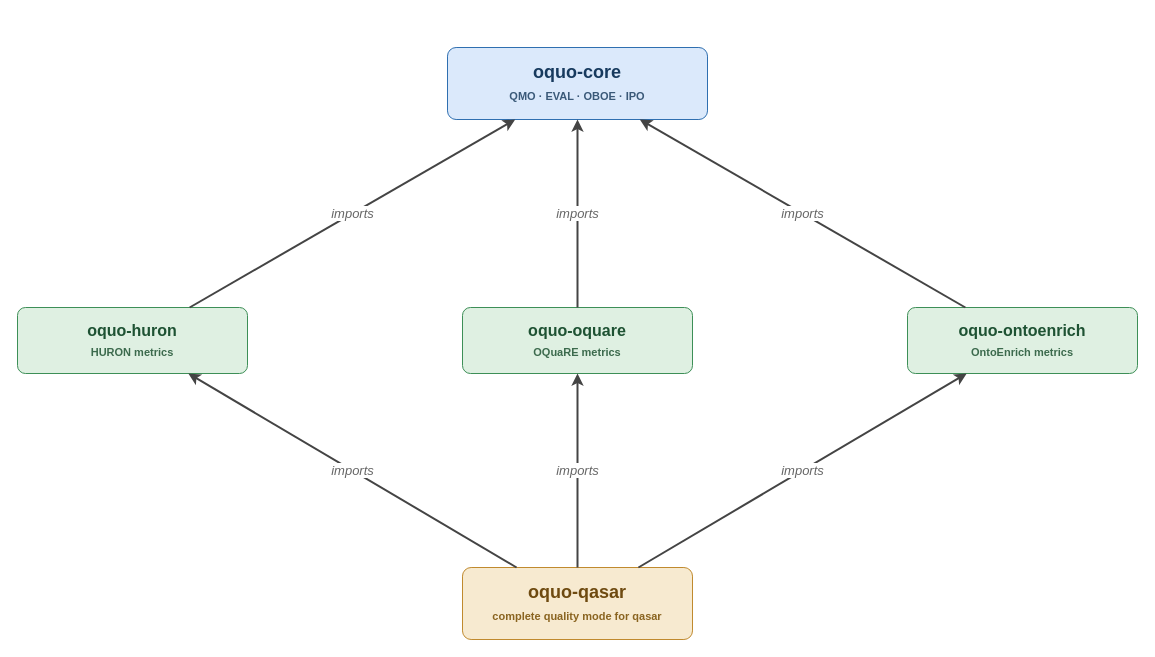
The draw.io diagram assets/drawio/oquo_modules.drawio in tecnomod-um/oquo, before the edit. Source tidied: cells renumbered, new cells numbered last; positions are measured from the earlier drawing's top-left corner, leaving out a move shared by most shapes. Both pictures are drawn from the tidied source at 100%, with x=0, y=0 at pixel (17, 47).
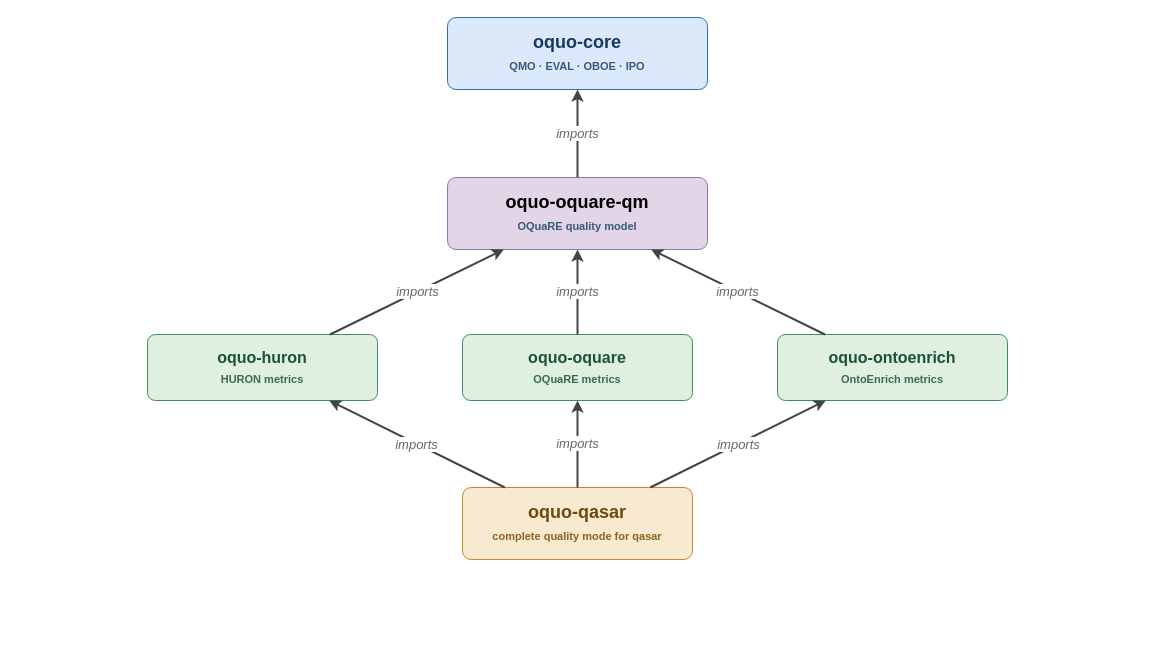
Above is the later version.

What changed in the source:
```diff
@@
 <mxGraphModel>
   <root>
     <mxCell id="0" />
     <mxCell id="1" parent="0" />
     <mxCell id="2" value="&lt;b&gt;oquo-core&lt;/b&gt;&lt;br&gt;&lt;font style=&quot;font-size:11px&quot; color=&quot;#3a5978&quot;&gt;QMO · EVAL · OBOE · IPO&lt;/font&gt;" style="rounded=1;arcSize=12;whiteSpace=wrap;html=1;fillColor=#dbe9fb;strokeColor=#2f6fb0;fontColor=#173a5e;fontSize=18;fontStyle=1;verticalAlign=middle;" parent="1" vertex="1">
-      <mxGeometry x="430" width="260" height="72" as="geometry" />
+      <mxGeometry x="430" y="-30" width="260" height="72" as="geometry" />
     </mxCell>
     <mxCell id="3" value="&lt;b&gt;oquo-huron&lt;/b&gt;&lt;br&gt;&lt;font style=&quot;font-size:11px&quot; color=&quot;#3c6a4d&quot;&gt;HURON metrics&lt;/font&gt;" style="rounded=1;arcSize=12;whiteSpace=wrap;html=1;fillColor=#dff0e2;strokeColor=#3d8f57;fontColor=#1e5233;fontSize=16;fontStyle=1;verticalAlign=middle;" parent="1" vertex="1">
-      <mxGeometry y="260" width="230" height="66" as="geometry" />
+      <mxGeometry x="130" y="287" width="230" height="66" as="geometry" />
     </mxCell>
     <mxCell id="4" value="&lt;b&gt;oquo-oquare&lt;/b&gt;&lt;br&gt;&lt;font style=&quot;font-size:11px&quot; color=&quot;#3c6a4d&quot;&gt;OQuaRE metrics&lt;/font&gt;" style="rounded=1;arcSize=12;whiteSpace=wrap;html=1;fillColor=#dff0e2;strokeColor=#3d8f57;fontColor=#1e5233;fontSize=16;fontStyle=1;verticalAlign=middle;" parent="1" vertex="1">
-      <mxGeometry x="445" y="260" width="230" height="66" as="geometry" />
+      <mxGeometry x="445" y="287" width="230" height="66" as="geometry" />
     </mxCell>
     <mxCell id="5" value="&lt;b&gt;oquo-ontoenrich&lt;/b&gt;&lt;br&gt;&lt;font style=&quot;font-size:11px&quot; color=&quot;#3c6a4d&quot;&gt;OntoEnrich metrics&lt;/font&gt;" style="rounded=1;arcSize=12;whiteSpace=wrap;html=1;fillColor=#dff0e2;strokeColor=#3d8f57;fontColor=#1e5233;fontSize=16;fontStyle=1;verticalAlign=middle;" parent="1" vertex="1">
-      <mxGeometry x="890" y="260" width="230" height="66" as="geometry" />
+      <mxGeometry x="760" y="287" width="230" height="66" as="geometry" />
     </mxCell>
     <mxCell id="6" value="&lt;b&gt;oquo-qasar&lt;/b&gt;&lt;br&gt;&lt;font style=&quot;font-size: 11px;&quot; color=&quot;#8a6420&quot;&gt;complete quality mode for qasar&lt;/font&gt;" style="rounded=1;arcSize=12;whiteSpace=wrap;html=1;fillColor=#f7ead0;strokeColor=#c08a2e;fontColor=#6e4a10;fontSize=18;fontStyle=1;verticalAlign=middle;" parent="1" vertex="1">
-      <mxGeometry x="445" y="520" width="230" height="72" as="geometry" />
+      <mxGeometry x="445" y="440" width="230" height="72" as="geometry" />
     </mxCell>
-    <mxCell id="7" value="imports" style="endArrow=classic;html=1;curved=1;strokeColor=#444444;strokeWidth=2;fontColor=#666666;fontStyle=2;fontSize=13;" parent="1" edge="1" source="3" target="2">
-      <mxGeometry relative="1" as="geometry" />
-    </mxCell>
-    <mxCell id="8" value="imports" style="endArrow=classic;html=1;curved=1;strokeColor=#444444;strokeWidth=2;fontColor=#666666;fontStyle=2;fontSize=13;" parent="1" edge="1" source="4" target="2">
-      <mxGeometry relative="1" as="geometry" />
-    </mxCell>
-    <mxCell id="9" value="imports" style="endArrow=classic;html=1;curved=1;strokeColor=#444444;strokeWidth=2;fontColor=#666666;fontStyle=2;fontSize=13;" parent="1" edge="1" source="5" target="2">
-      <mxGeometry relative="1" as="geometry" />
-    </mxCell>
     <mxCell id="10" value="imports" style="endArrow=classic;html=1;curved=1;strokeColor=#444444;strokeWidth=2;fontColor=#666666;fontStyle=2;fontSize=13;" parent="1" edge="1" source="6" target="3">
       <mxGeometry relative="1" as="geometry" />
     </mxCell>
     <mxCell id="11" value="imports" style="endArrow=classic;html=1;curved=1;strokeColor=#444444;strokeWidth=2;fontColor=#666666;fontStyle=2;fontSize=13;" parent="1" edge="1" source="6" target="4">
       <mxGeometry relative="1" as="geometry" />
     </mxCell>
     <mxCell id="12" value="imports" style="endArrow=classic;html=1;curved=1;strokeColor=#444444;strokeWidth=2;fontColor=#666666;fontStyle=2;fontSize=13;" parent="1" edge="1" source="6" target="5">
       <mxGeometry relative="1" as="geometry" />
     </mxCell>
+    <mxCell id="13" value="&lt;b&gt;oquo-oquare-qm&lt;/b&gt;&lt;br&gt;&lt;font style=&quot;font-size:11px&quot; color=&quot;#3a5978&quot;&gt;OQuaRE quality model&lt;/font&gt;" style="rounded=1;arcSize=12;whiteSpace=wrap;html=1;fillColor=#e1d5e7;strokeColor=#9673a6;fontSize=18;fontStyle=1;verticalAlign=middle;" parent="1" vertex="1">
+      <mxGeometry x="430" y="130" width="260" height="72" as="geometry" />
+    </mxCell>
+    <mxCell id="14" value="imports" style="endArrow=classic;html=1;curved=1;strokeColor=#444444;strokeWidth=2;fontColor=#666666;fontStyle=2;fontSize=13;" parent="1" edge="1" source="4" target="13">
+      <mxGeometry relative="1" as="geometry" />
+    </mxCell>
+    <mxCell id="15" value="imports" style="endArrow=classic;html=1;curved=1;strokeColor=#444444;strokeWidth=2;fontColor=#666666;fontStyle=2;fontSize=13;" parent="1" edge="1" source="13" target="2">
+      <mxGeometry relative="1" as="geometry" />
+    </mxCell>
+    <mxCell id="16" value="imports" style="endArrow=classic;html=1;curved=1;strokeColor=#444444;strokeWidth=2;fontColor=#666666;fontStyle=2;fontSize=13;" parent="1" edge="1" source="3" target="13">
+      <mxGeometry relative="1" as="geometry" />
+    </mxCell>
+    <mxCell id="17" value="imports" style="endArrow=classic;html=1;curved=1;strokeColor=#444444;strokeWidth=2;fontColor=#666666;fontStyle=2;fontSize=13;" parent="1" edge="1" source="5" target="13">
+      <mxGeometry relative="1" as="geometry" />
+    </mxCell>
   </root>
 </mxGraphModel>
```
